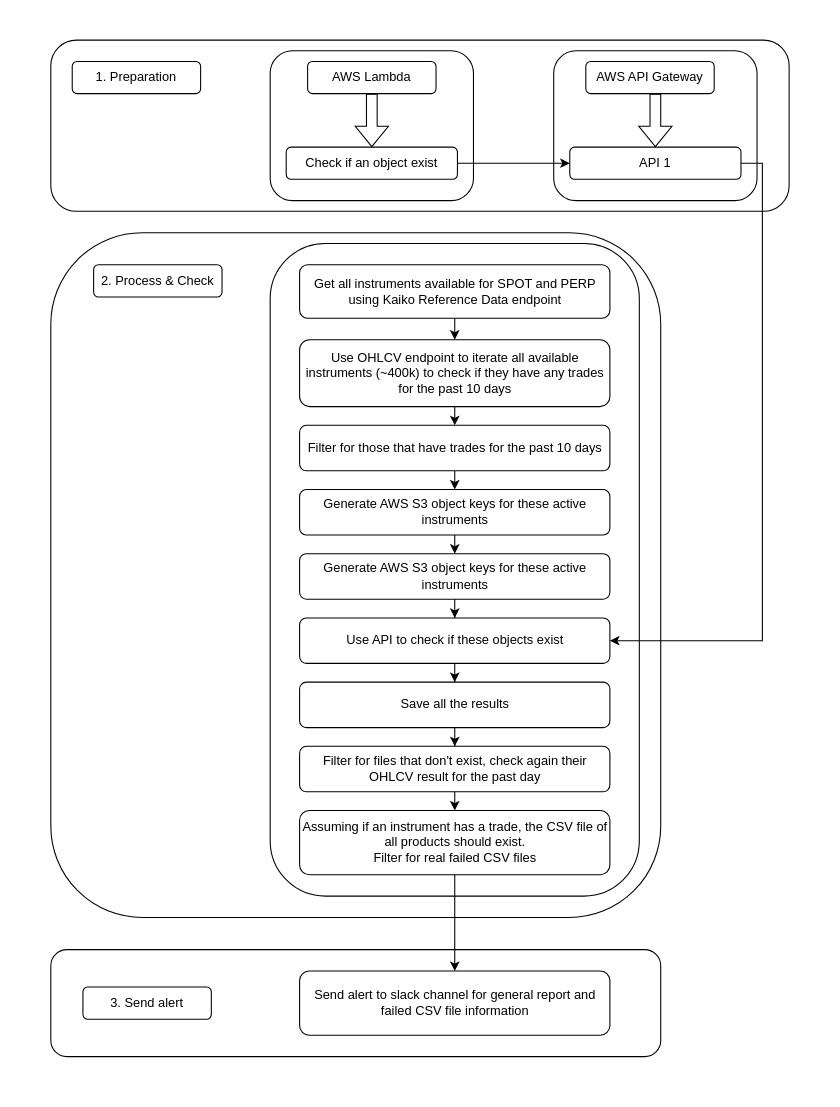
Above: aws_file_monitor_v1.drawio in handsomevictor/large_files (draw.io), before the change. Source tidied: cells renumbered, new cells numbered last; positions are measured from the earlier drawing's top-left corner, leaving out a move shared by most shapes. Both pictures are drawn from the tidied source at 107%, with x=0, y=0 at pixel (50, 40).
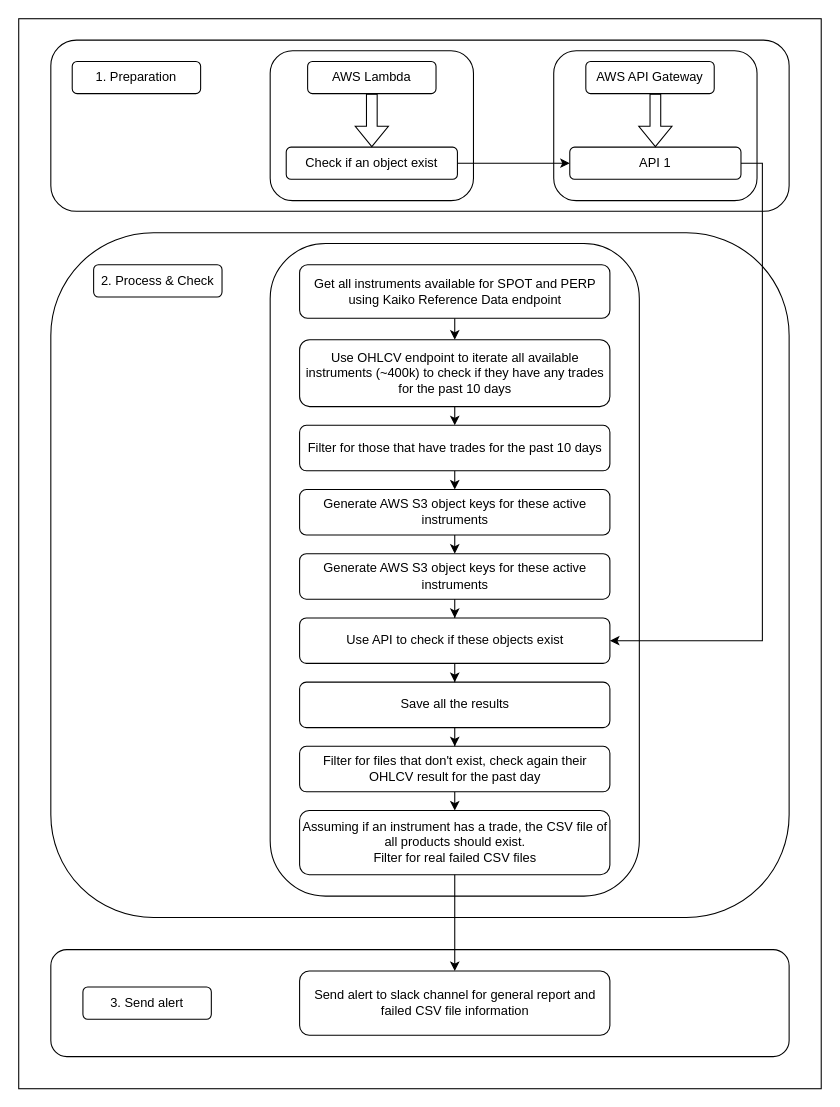
Above is the later version.

Diff of the diagram source:
```diff
@@
+    <mxCell id="38" style="rounded=0;whiteSpace=wrap;html=1;" parent="1" vertex="1">
+      <mxGeometry x="-30" y="-20" width="750" height="1000" as="geometry" />
+    </mxCell>
     <mxCell id="2" style="rounded=1;whiteSpace=wrap;html=1;" parent="1" vertex="1">
-      <mxGeometry y="180" width="570" height="640" as="geometry" />
+      <mxGeometry y="180" width="690" height="640" as="geometry" />
     </mxCell>
@@
     <mxCell id="34" style="whiteSpace=wrap;html=1;rounded=1;" parent="1" vertex="1">
-      <mxGeometry y="850" width="570" height="100" as="geometry" />
+      <mxGeometry y="850" width="690" height="100" as="geometry" />
     </mxCell>
```
